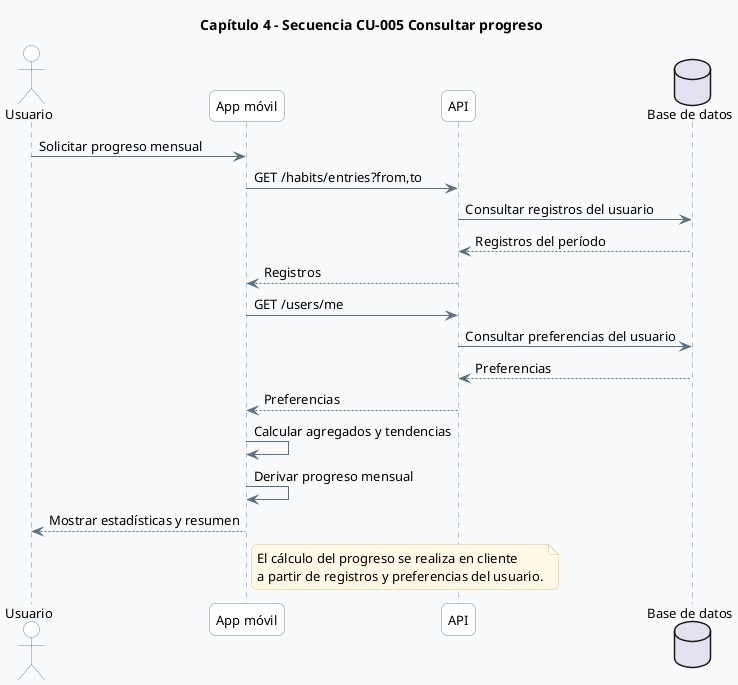
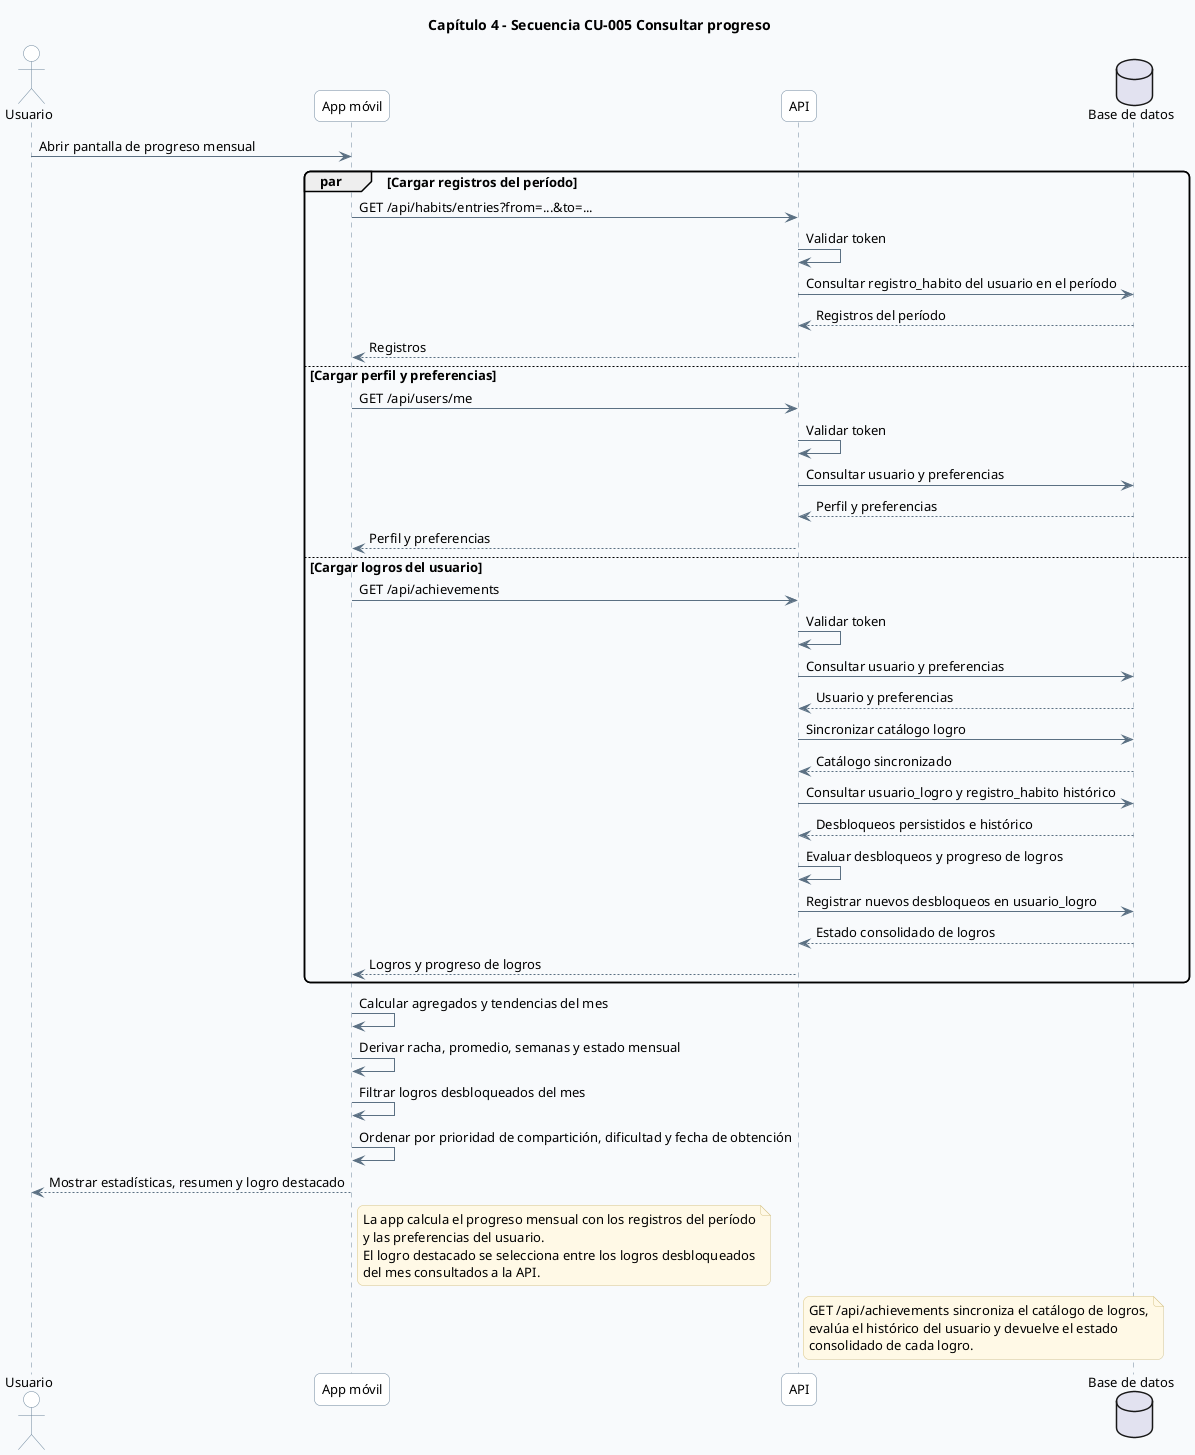
﻿@startuml
' CAP4 - 05 Secuencia CU-005 Consultar progreso

skinparam backgroundColor #F8FAFC
skinparam shadowing false
skinparam roundcorner 12
skinparam defaultFontName Segoe UI
skinparam defaultFontSize 13
skinparam ArrowColor #5B7083
skinparam ArrowThickness 1
skinparam sequenceLifeLineBorderColor #6E879D
skinparam sequenceLifeLineBackgroundColor #FFFFFF
skinparam participantBorderColor #6E879D
skinparam participantBackgroundColor #FFFFFF
skinparam actorBorderColor #6E879D
skinparam actorBackgroundColor #FFFFFF
skinparam noteBackgroundColor #FFF9E6
skinparam noteBorderColor #D7C58A

title Capítulo 4 - Secuencia CU-005 Consultar progreso

actor Usuario
participant "App móvil" as App
participant "API" as API
database "Base de datos" as DB

- Usuario -> App : Solicitar progreso mensual
- App -> API : GET /habits/entries?from,to
- API -> DB : Consultar registros del usuario
- DB --> API : Registros del período
- API --> App : Registros
+ Usuario -> App : Abrir pantalla de progreso mensual
+ par Cargar registros del período
+   App -> API : GET /api/habits/entries?from=...&to=...
+   API -> API : Validar token
+   API -> DB : Consultar registro_habito del usuario en el período
+   DB --> API : Registros del período
+   API --> App : Registros
+ else Cargar perfil y preferencias
+   App -> API : GET /api/users/me
+   API -> API : Validar token
+   API -> DB : Consultar usuario y preferencias
+   DB --> API : Perfil y preferencias
+   API --> App : Perfil y preferencias
+ else Cargar logros del usuario
+   App -> API : GET /api/achievements
+   API -> API : Validar token
+   API -> DB : Consultar usuario y preferencias
+   DB --> API : Usuario y preferencias
+   API -> DB : Sincronizar catálogo logro
+   DB --> API : Catálogo sincronizado
+   API -> DB : Consultar usuario_logro y registro_habito histórico
+   DB --> API : Desbloqueos persistidos e histórico
+   API -> API : Evaluar desbloqueos y progreso de logros
+   API -> DB : Registrar nuevos desbloqueos en usuario_logro
+   DB --> API : Estado consolidado de logros
+   API --> App : Logros y progreso de logros
+ end

- App -> API : GET /users/me
- API -> DB : Consultar preferencias del usuario
- DB --> API : Preferencias
- API --> App : Preferencias
- 
- App -> App : Calcular agregados y tendencias
- App -> App : Derivar progreso mensual
- App --> Usuario : Mostrar estadísticas y resumen
+ App -> App : Calcular agregados y tendencias del mes
+ App -> App : Derivar racha, promedio, semanas y estado mensual
+ App -> App : Filtrar logros desbloqueados del mes
+ App -> App : Ordenar por prioridad de compartición, dificultad y fecha de obtención
+ App --> Usuario : Mostrar estadísticas, resumen y logro destacado

note right of App
- El cálculo del progreso se realiza en cliente
- a partir de registros y preferencias del usuario.
+ La app calcula el progreso mensual con los registros del período
+ y las preferencias del usuario.
+ El logro destacado se selecciona entre los logros desbloqueados
+ del mes consultados a la API.
+ end note
+ 
+ note right of API
+ GET /api/achievements sincroniza el catálogo de logros,
+ evalúa el histórico del usuario y devuelve el estado
+ consolidado de cada logro.
end note

@enduml
